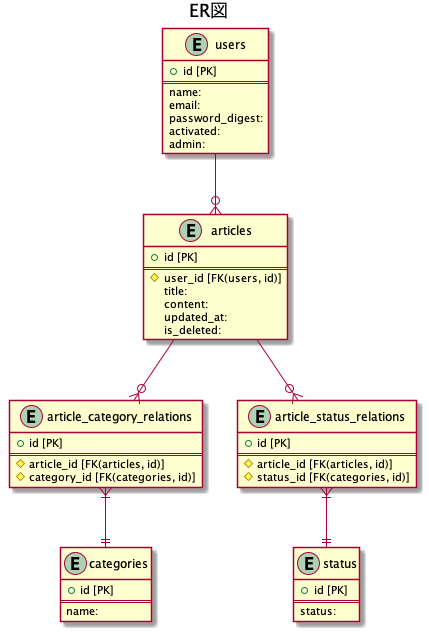
t0k1ya/junk-box keeps this PlantUML diagram as docs/uml/out/er_diagram/ER図.png. Above is the earlier version. The source it was exported from:
```plantuml
@startuml
title ER図

entity users {
  + id [PK]
  ==
  name:
  email:
  password_digest:
  activated:
  admin:
}

entity articles {
  + id [PK]
  ==
  # user_id [FK(users, id)]
  title:
  content:
  updated_at:
  is_deleted:
}

entity article_category_relations {
  + id [PK]
  ==
  # article_id [FK(articles, id)]
  # category_id [FK(categories, id)]
}

entity categories {
  + id [PK]
  ==
  name:
}

entity article_status_relations {
  + id [PK]
  ==
  # article_id [FK(articles, id)]
  # status_id [FK(categories, id)]
}

entity status {
  + id [PK]
  ==
  status:
}

users --o{ articles
articles --o{ article_category_relations
articles --o{ article_status_relations
article_category_relations }|--|| categories
article_status_relations }|--|| status

@enduml
```
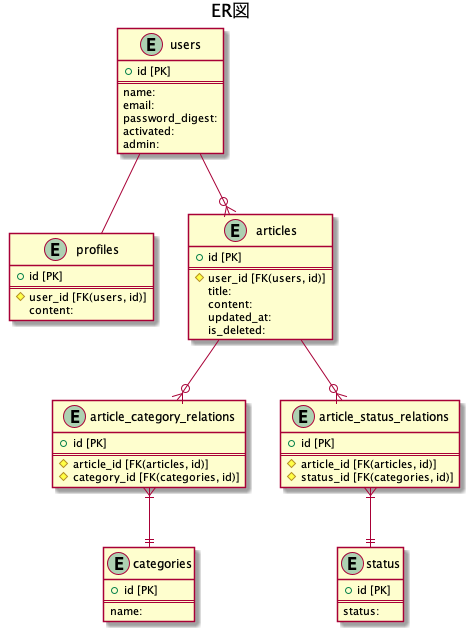
The same file after the commit.

Change to the diagram source:
```diff
@@ -9,6 +9,13 @@
   password_digest:
   activated:
   admin:
+}
+
+entity profiles {
+  + id [PK]
+  ==
+  # user_id [FK(users, id)]
+  content:
 }
 
 entity articles {
@@ -48,6 +55,7 @@
 }
 
 users --o{ articles
+users -- profiles
 articles --o{ article_category_relations
 articles --o{ article_status_relations
 article_category_relations }|--|| categories
```
